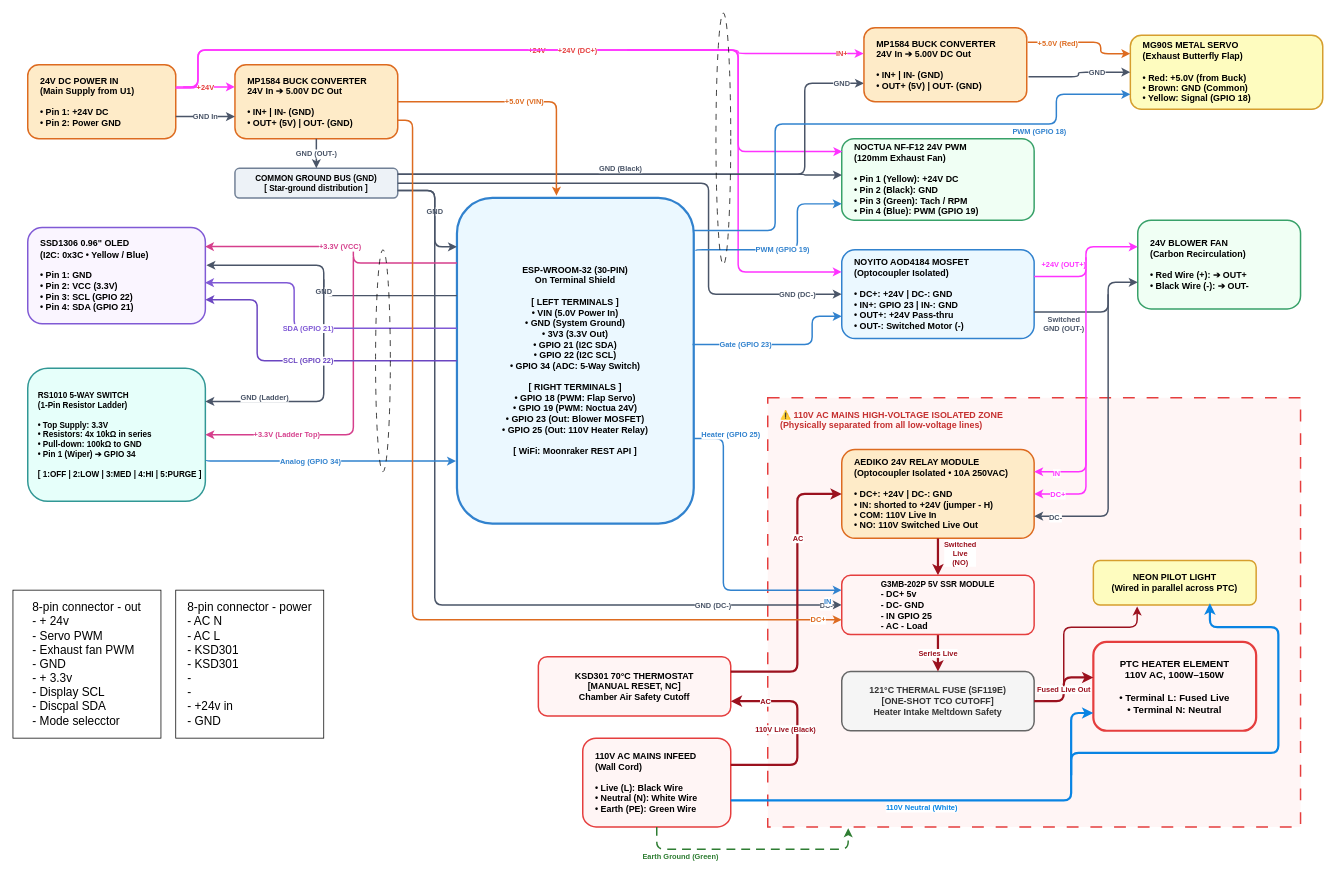
Above: docs/chamber_controller_schematic.drawio in arkhipus/u1-heater (draw.io), before the change. Source tidied: cells renumbered, new cells numbered last; positions are measured from the earlier drawing's top-left corner, leaving out a move shared by most shapes. Both pictures are drawn from the tidied source at 74%, with x=0, y=0 at pixel (13, 13).
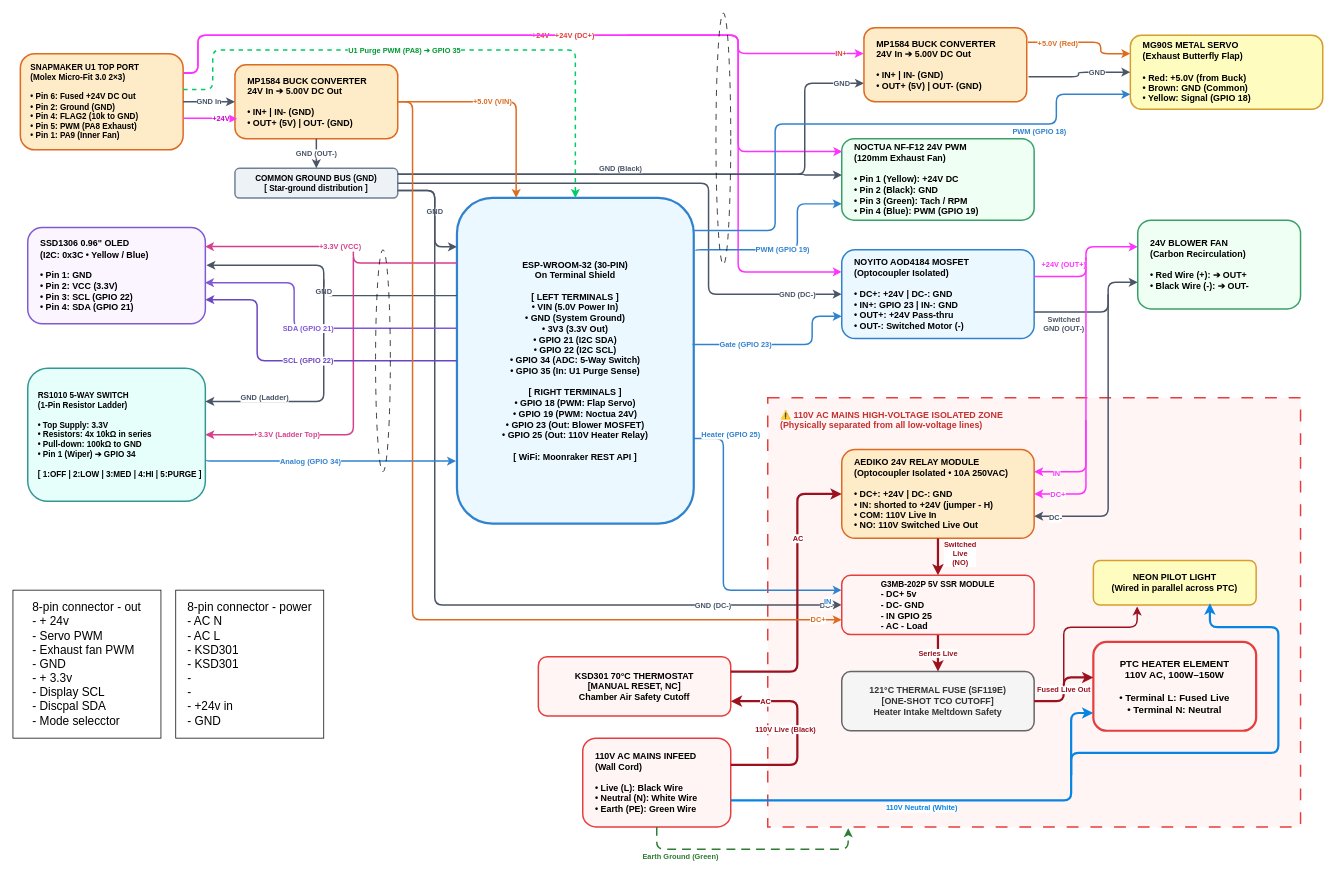
Above is the later version.

The change refers to these unchanged cells:
```xml
<mxCell id="4" value="MP1584 BUCK CONVERTER&#10;24V In ➔ 5.00V DC Out&#10;&#10;• IN+  |  IN- (GND)&#10;• OUT+ (5V)  |  OUT- (GND)" style="rounded=1;whiteSpace=wrap;html=1;fillColor=#feebc8;strokeColor=#dd6b20;strokeWidth=2;fontStyle=1;fontSize=12;align=left;spacingLeft=15;" parent="1" vertex="1">
  <mxGeometry x="300" y="70" width="220" height="100" as="geometry" />
</mxCell>
<mxCell id="10" value="NOCTUA NF-F12 24V PWM&#10;(120mm Exhaust Fan)&#10;&#10;• Pin 1 (Yellow): +24V DC&#10;• Pin 2 (Black): GND&#10;• Pin 3 (Green): Tach / RPM&#10;• Pin 4 (Blue): PWM (GPIO 19)" style="rounded=1;whiteSpace=wrap;html=1;fillColor=#f0fff4;strokeColor=#38a169;strokeWidth=2;fontStyle=1;fontSize=12;align=left;spacingLeft=15;" parent="1" vertex="1">
  <mxGeometry x="1120" y="170" width="260" height="110" as="geometry" />
</mxCell>
<mxCell id="11" value="NOYITO AOD4184 MOSFET&#10;(Optocoupler Isolated)&#10;&#10;• DC+: +24V  |  DC-: GND&#10;• IN+: GPIO 23  |  IN-: GND&#10;• OUT+: +24V Pass-thru&#10;• OUT-: Switched Motor (-)" style="rounded=1;whiteSpace=wrap;html=1;fillColor=#ebf8ff;strokeColor=#3182ce;strokeWidth=2;fontStyle=1;fontSize=12;align=left;spacingLeft=15;" parent="1" vertex="1">
  <mxGeometry x="1120" y="320" width="260" height="120" as="geometry" />
</mxCell>
<mxCell id="54" value="&lt;span style=&quot;font-size: 11px; text-align: left;&quot;&gt;G3MB-202P 5V SSR MODULE&lt;br&gt;&lt;div style=&quot;text-align: left;&quot;&gt;&lt;span style=&quot;background-color: transparent; color: light-dark(#000000, var(--ge-light-color, #ffffff)); font-size: 12px; text-align: center;&quot;&gt;- DC+ 5v&lt;/span&gt;&lt;/div&gt;&lt;div style=&quot;text-align: left;&quot;&gt;&lt;span style=&quot;background-color: transparent; color: light-dark(#000000, var(--ge-light-color, #ffffff)); font-size: 12px; text-align: center;&quot;&gt;- DC- GND&lt;/span&gt;&lt;/div&gt;&lt;div style=&quot;text-align: left;&quot;&gt;&lt;span style=&quot;background-color: transparent; color: light-dark(#000000, var(--ge-light-color, #ffffff)); font-size: 12px; text-align: center;&quot;&gt;- IN GPIO 25&lt;/span&gt;&lt;/div&gt;&lt;div style=&quot;text-align: left;&quot;&gt;&lt;span style=&quot;background-color: transparent; color: light-dark(#000000, var(--ge-light-color, #ffffff)); font-size: 12px; text-align: center;&quot;&gt;- AC - Load&lt;/span&gt;&lt;/div&gt;&lt;/span&gt;" style="rounded=1;whiteSpace=wrap;html=1;fillColor=#fff5f5;strokeColor=#e53e3e;strokeWidth=2;fontStyle=1;fontSize=12;align=center;" parent="1" vertex="1">
  <mxGeometry x="1120" y="760" width="260" height="80" as="geometry" />
</mxCell>
<mxCell id="65" value="MP1584 BUCK CONVERTER&#10;24V In ➔ 5.00V DC Out&#10;&#10;• IN+  |  IN- (GND)&#10;• OUT+ (5V)  |  OUT- (GND)" style="rounded=1;whiteSpace=wrap;html=1;fillColor=#feebc8;strokeColor=#dd6b20;strokeWidth=2;fontStyle=1;fontSize=12;align=left;spacingLeft=15;" parent="1" vertex="1">
  <mxGeometry x="1150" y="20" width="220" height="100" as="geometry" />
</mxCell>
```

Change to the diagram source:
```diff
@@
-    <mxCell id="3" value="24V DC POWER IN&#10;(Main Supply from U1)&#10;&#10;• Pin 1: +24V DC&#10;• Pin 2: Power GND" style="rounded=1;whiteSpace=wrap;html=1;fillColor=#feebc8;strokeColor=#dd6b20;strokeWidth=2;fontStyle=1;fontSize=12;align=left;spacingLeft=15;" parent="1" vertex="1">
-      <mxGeometry x="20" y="70" width="200" height="100" as="geometry" />
+    <mxCell id="3" value="SNAPMAKER U1 TOP PORT&#10;(Molex Micro-Fit 3.0 2×3)&#10;&#10;• Pin 6: Fused +24V DC Out&#10;• Pin 2: Ground (GND)&#10;• Pin 4: FLAG2 (10k to GND)&#10;• Pin 5: PWM (PA8 Exhaust)&#10;• Pin 1: PA9 (Inner Fan)" style="rounded=1;whiteSpace=wrap;html=1;fillColor=#feebc8;strokeColor=#dd6b20;strokeWidth=2;fontStyle=1;fontSize=11;align=left;spacingLeft=12;" parent="1" vertex="1">
+      <mxGeometry x="10" y="55" width="220" height="130" as="geometry" />
     </mxCell>
@@
+    <mxCell id="73" style="edgeStyle=orthogonalEdgeStyle;rounded=0;jettySize=auto;html=1;entryX=0.5;entryY=0;entryDx=0;entryDy=0;defaultLabelBackgroundColor=page;strokeWidth=3;strokeColor=#007FFF;" parent="1" edge="1" source="6">
+      <mxGeometry relative="1" as="geometry" />
+    </mxCell>
-    <mxCell id="6" value="ESP-WROOM-32 (30-PIN)&lt;br&gt;On Terminal Shield&lt;br&gt;&lt;br&gt;[ LEFT TERMINALS ]&lt;br&gt;• VIN (5.0V Power In)&lt;br&gt;• GND (System Ground)&lt;br&gt;• 3V3 (3.3V Out)&lt;br&gt;• GPIO 21 (I2C SDA)&lt;br&gt;• GPIO 22 (I2C SCL)&lt;br&gt;• GPIO 34 (ADC: 5-Way Switch)&lt;br&gt;&lt;br&gt;[ RIGHT TERMINALS ]&lt;br&gt;• GPIO 18 (PWM: Flap Servo)&lt;br&gt;• GPIO 19 (PWM: Noctua 24V)&lt;br&gt;• GPIO 23 (Out: Blower MOSFET)&lt;br&gt;• GPIO 25 (Out: 110V Heater Relay)&lt;br&gt;&lt;br&gt;[ WiFi: Moonraker REST API ]" style="rounded=1;whiteSpace=wrap;html=1;fillColor=#ebf8ff;strokeColor=#3182ce;strokeWidth=3;fontStyle=1;fontSize=12;align=center;" parent="1" vertex="1">
+    <mxCell id="6" value="ESP-WROOM-32 (30-PIN)&lt;br&gt;On Terminal Shield&lt;br&gt;&lt;br&gt;[ LEFT TERMINALS ]&lt;br&gt;• VIN (5.0V Power In)&lt;br&gt;• GND (System Ground)&lt;br&gt;• 3V3 (3.3V Out)&lt;br&gt;• GPIO 21 (I2C SDA)&lt;br&gt;• GPIO 22 (I2C SCL)&lt;br&gt;• GPIO 34 (ADC: 5-Way Switch)&lt;br&gt;• GPIO 35 (In: U1 Purge Sense)&lt;br&gt;&lt;br&gt;[ RIGHT TERMINALS ]&lt;br&gt;• GPIO 18 (PWM: Flap Servo)&lt;br&gt;• GPIO 19 (PWM: Noctua 24V)&lt;br&gt;• GPIO 23 (Out: Blower MOSFET)&lt;br&gt;• GPIO 25 (Out: 110V Heater Relay)&lt;br&gt;&lt;br&gt;[ WiFi: Moonraker REST API ]" style="rounded=1;whiteSpace=wrap;html=1;fillColor=#ebf8ff;strokeColor=#3182ce;strokeWidth=3;fontStyle=1;fontSize=12;align=center;" parent="1" vertex="1">
       <mxGeometry x="600" y="250" width="320" height="440" as="geometry" />
     </mxCell>
@@
-    <mxCell id="19" value="+24V" style="edgeStyle=orthogonalEdgeStyle;rounded=1;jettySize=auto;html=1;strokeColor=#FF33FF;strokeWidth=2;exitX=1;exitY=0.3;exitDx=0;exitDy=0;entryX=0;entryY=0.3;entryDx=0;entryDy=0;fontSize=10;fontColor=#e53e3e;fontStyle=1;" parent="1" edge="1" source="3" target="4">
-      <mxGeometry relative="1" as="geometry" />
+    <mxCell id="19" value="+24V" style="edgeStyle=orthogonalEdgeStyle;rounded=1;jettySize=auto;html=1;strokeColor=#FF33FF;strokeWidth=2;entryX=0.013;entryY=0.73;entryDx=0;entryDy=0;fontSize=10;fontColor=#CC00CC;fontStyle=1;exitX=1.002;exitY=0.671;exitDx=0;exitDy=0;exitPerimeter=0;entryPerimeter=0;" parent="1" edge="1" source="3" target="4">
+      <mxGeometry x="0.38" y="1" relative="1" as="geometry" />
     </mxCell>
-    <mxCell id="20" value="+24V" style="edgeStyle=orthogonalEdgeStyle;rounded=1;jettySize=auto;html=1;strokeColor=#FF33FF;strokeWidth=2;exitX=0.998;exitY=0.316;exitDx=0;exitDy=0;entryX=0.003;entryY=0.157;entryDx=0;entryDy=0;fontSize=10;fontColor=#e53e3e;fontStyle=1;entryPerimeter=0;exitPerimeter=0;" parent="1" edge="1" source="3" target="10">
-      <mxGeometry x="-0.01" relative="1" as="geometry">
+    <mxCell id="20" value="+24V" style="edgeStyle=orthogonalEdgeStyle;rounded=1;jettySize=auto;html=1;strokeColor=#FF33FF;strokeWidth=2;exitX=1.003;exitY=0.199;exitDx=0;exitDy=0;entryX=0.003;entryY=0.157;entryDx=0;entryDy=0;fontSize=10;fontColor=#e53e3e;fontStyle=1;entryPerimeter=0;exitPerimeter=0;" parent="1" edge="1" source="3" target="10">
+      <mxGeometry x="-0.03" relative="1" as="geometry">
         <Array as="points">
-          <mxPoint x="250" y="101.6" />
-          <mxPoint x="250" y="50" />
-          <mxPoint x="980" y="50" />
+          <mxPoint x="250" y="80.9" />
+          <mxPoint x="250" y="30" />
+          <mxPoint x="980" y="30" />
           <mxPoint x="980" y="187.3" />
         </Array>
       </mxGeometry>
     </mxCell>
-    <mxCell id="21" value="+24V (DC+)" style="edgeStyle=orthogonalEdgeStyle;rounded=1;jettySize=auto;html=1;strokeColor=#FF33FF;strokeWidth=2;entryX=0;entryY=0.25;entryDx=0;entryDy=0;fontSize=10;fontColor=#e53e3e;fontStyle=1;" parent="1" edge="1" target="11">
-      <mxGeometry x="-0.06" relative="1" as="geometry">
-        <mxPoint x="230" y="100" as="sourcePoint" />
+    <mxCell id="21" value="+24V (DC+)" style="edgeStyle=orthogonalEdgeStyle;rounded=1;jettySize=auto;html=1;strokeColor=#FF33FF;strokeWidth=2;entryX=0;entryY=0.25;entryDx=0;entryDy=0;fontSize=10;fontColor=#e53e3e;fontStyle=1;exitX=1.001;exitY=0.203;exitDx=0;exitDy=0;exitPerimeter=0;" parent="1" edge="1" source="3" target="11">
+      <mxGeometry x="-0.08" relative="1" as="geometry">
         <Array as="points">
-          <mxPoint x="250" y="100" />
-          <mxPoint x="250" y="50" />
-          <mxPoint x="980" y="50" />
+          <mxPoint x="250" y="81.4" />
+          <mxPoint x="250" y="30" />
+          <mxPoint x="980" y="30" />
           <mxPoint x="980" y="350" />
         </Array>
       </mxGeometry>
     </mxCell>
@@
-    <mxCell id="23" value="GND In" style="edgeStyle=orthogonalEdgeStyle;rounded=1;jettySize=auto;html=1;strokeColor=#4a5568;strokeWidth=2;exitX=1;exitY=0.7;exitDx=0;exitDy=0;entryX=0;entryY=0.7;entryDx=0;entryDy=0;fontSize=10;fontColor=#4a5568;fontStyle=1;" parent="1" edge="1" source="3" target="4">
+    <mxCell id="23" value="GND In" style="edgeStyle=orthogonalEdgeStyle;rounded=1;jettySize=auto;html=1;strokeColor=#4a5568;strokeWidth=2;exitX=1;exitY=0.5;exitDx=0;exitDy=0;entryX=0;entryY=0.5;entryDx=0;entryDy=0;fontSize=10;fontColor=#4a5568;fontStyle=1;" parent="1" edge="1" source="3" target="4">
       <mxGeometry relative="1" as="geometry" />
     </mxCell>
@@
-    <mxCell id="33" value="+5.0V (VIN)" style="edgeStyle=orthogonalEdgeStyle;rounded=1;jettySize=auto;html=1;strokeColor=#dd6b20;strokeWidth=2;exitX=1;exitY=0.5;exitDx=0;exitDy=0;entryX=0.42;entryY=-0.007;entryDx=0;entryDy=0;fontSize=10;fontColor=#dd6b20;fontStyle=1;entryPerimeter=0;" parent="1" edge="1" source="4" target="6">
-      <mxGeometry relative="1" as="geometry" />
+    <mxCell id="33" value="+5.0V (VIN)" style="edgeStyle=orthogonalEdgeStyle;rounded=1;jettySize=auto;html=1;strokeColor=#dd6b20;strokeWidth=2;exitX=1;exitY=0.5;exitDx=0;exitDy=0;entryX=0.25;entryY=0;entryDx=0;entryDy=0;fontSize=10;fontColor=#dd6b20;fontStyle=1;" parent="1" edge="1" source="4" target="6">
+      <mxGeometry x="-0.12" relative="1" as="geometry" />
     </mxCell>
@@
-    <mxCell id="62" value="DC+" style="edgeStyle=orthogonalEdgeStyle;rounded=1;jettySize=auto;html=1;strokeColor=#dd6b20;strokeWidth=2;exitX=1;exitY=0.75;exitDx=0;exitDy=0;fontSize=10;fontColor=#dd6b20;fontStyle=1;entryX=0;entryY=0.75;entryDx=0;entryDy=0;" parent="1" edge="1" source="4" target="54">
+    <mxCell id="62" value="DC+" style="edgeStyle=orthogonalEdgeStyle;rounded=1;jettySize=auto;html=1;strokeColor=#dd6b20;strokeWidth=2;exitX=1;exitY=0.5;exitDx=0;exitDy=0;fontSize=10;fontColor=#dd6b20;fontStyle=1;entryX=0;entryY=0.75;entryDx=0;entryDy=0;" parent="1" edge="1" source="4" target="54">
       <mxGeometry x="0.95" relative="1" as="geometry">
         <Array as="points">
-          <mxPoint x="540" y="145" />
+          <mxPoint x="540" y="120" />
           <mxPoint x="540" y="820" />
         </Array>
       </mxGeometry>
     </mxCell>
@@
     <mxCell id="66" style="edgeStyle=orthogonalEdgeStyle;rounded=1;jettySize=auto;html=1;strokeColor=#FF33FF;strokeWidth=2;entryX=-0.002;entryY=0.348;entryDx=0;entryDy=0;fontSize=10;fontColor=#e53e3e;fontStyle=1;entryPerimeter=0;" parent="1" edge="1" target="65">
-      <mxGeometry x="0.1" relative="1" as="geometry">
-        <mxPoint x="830" y="50" as="sourcePoint" />
+      <mxGeometry x="0.16" relative="1" as="geometry">
+        <mxPoint x="830" y="30" as="sourcePoint" />
         <Array as="points">
-          <mxPoint x="980" y="50" />
+          <mxPoint x="980" y="30" />
           <mxPoint x="980" y="54.8" />
         </Array>
       </mxGeometry>
     </mxCell>
     <mxCell id="67" value="IN+" style="edgeLabel;html=1;align=center;verticalAlign=middle;inheritText=1;fontSize=10;fontColor=#e53e3e;fontStyle=1;" parent="66" vertex="1">
-      <mxGeometry x="0.81" y="1" relative="1" as="geometry" />
+      <mxGeometry x="0.82" y="1" relative="1" as="geometry" />
     </mxCell>
@@
+    <mxCell id="74" value="U1 Purge PWM (PA8) ➔ GPIO 35" style="edgeStyle=orthogonalEdgeStyle;rounded=1;jettySize=auto;html=1;strokeColor=#00cc66;strokeWidth=2;dashed=1;fontSize=10;fontColor=#009933;fontStyle=1;exitX=1;exitY=0.373;exitDx=0;exitDy=0;exitPerimeter=0;" parent="1" edge="1" source="3" target="6">
+      <mxGeometry x="-0.1" relative="1" as="geometry">
+        <Array as="points">
+          <mxPoint x="270" y="103.5" />
+          <mxPoint x="270" y="50" />
+          <mxPoint x="760" y="50" />
+        </Array>
+      </mxGeometry>
+    </mxCell>
```
